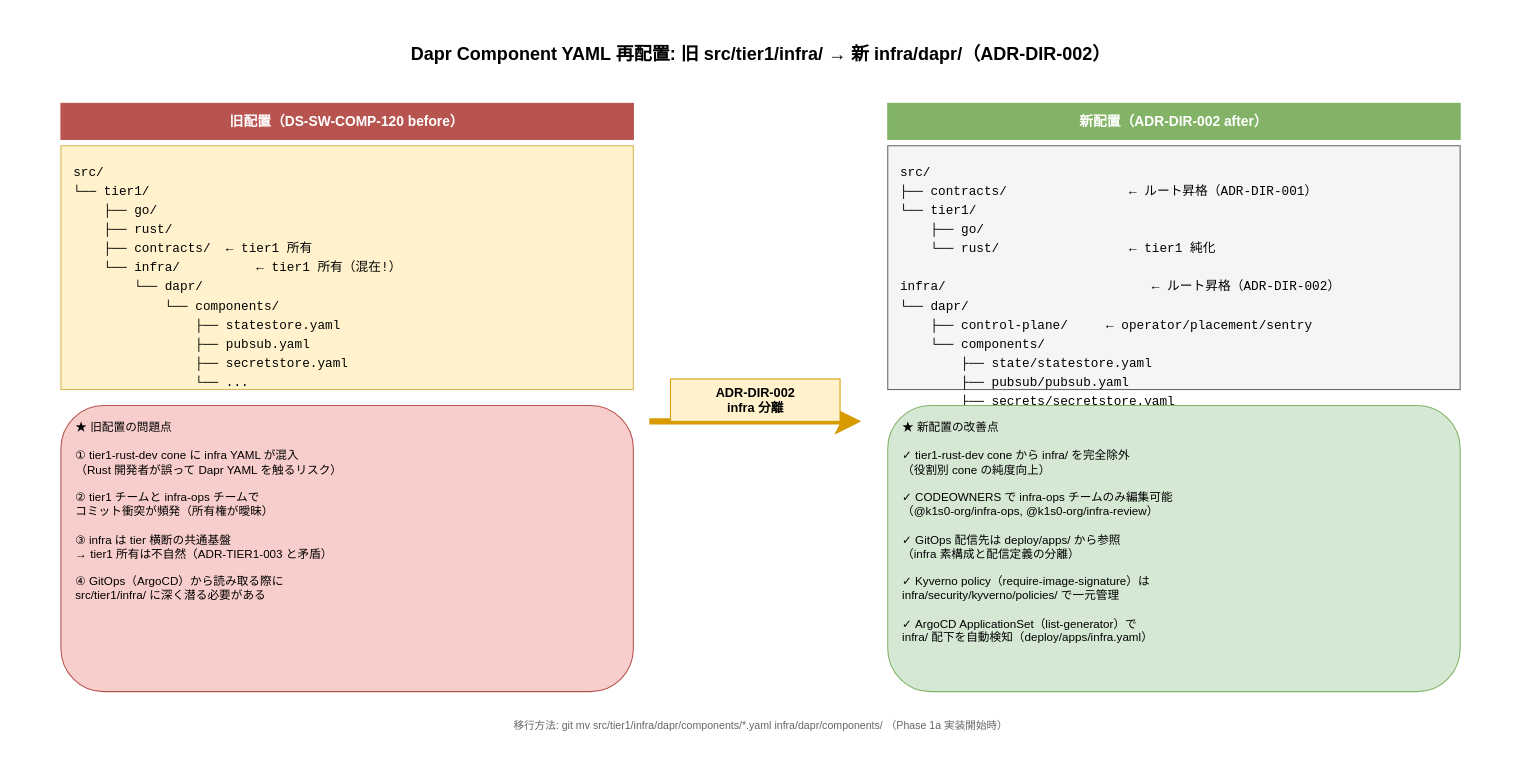
RyuheiKiso/k1s0 keeps this draw.io diagram as docs/05_実装/00_ディレクトリ設計/50_infraレイアウト/img/Dapr_Component再配置_前後比較.drawio. Above is the earlier version. Source tidied: cells renumbered, new cells numbered last; positions are measured from the earlier drawing's top-left corner, leaving out a move shared by most shapes. Both pictures are drawn from the tidied source at 106%, with x=0, y=0 at pixel (18, 18).
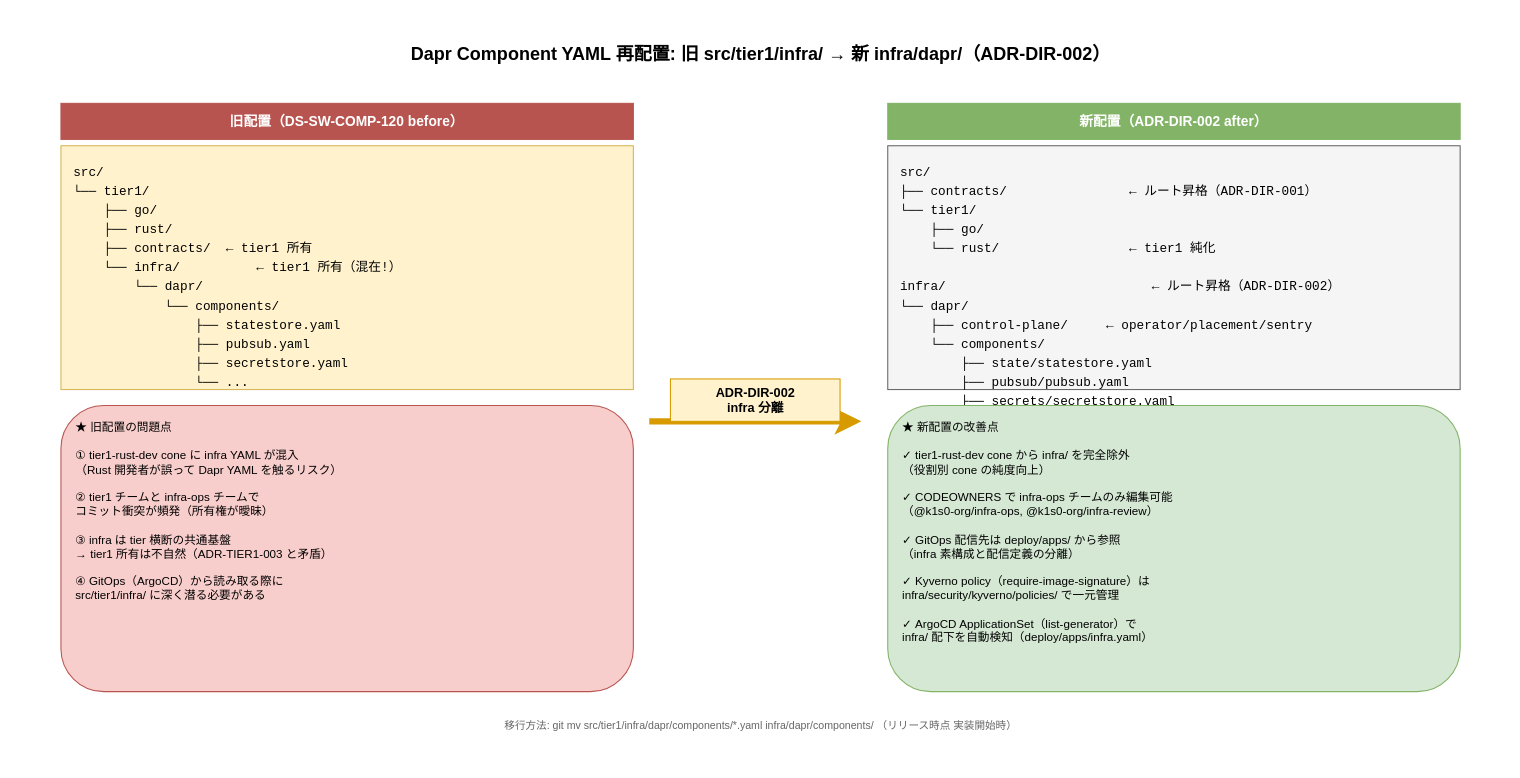
The same page after the edit.

Change to the diagram source:
```diff
@@
 <mxGraphModel>
   <root>
     <mxCell id="0" />
     <mxCell id="1" parent="0" />
     <mxCell id="2" style="rounded=0;whiteSpace=wrap;html=1;fillColor=#FFFFFF;strokeColor=none;" parent="1" vertex="1">
       <mxGeometry width="1400" height="700" as="geometry" />
     </mxCell>
     <mxCell id="3" value="Dapr Component YAML 再配置: 旧 src/tier1/infra/ → 新 infra/dapr/（ADR-DIR-002）" style="text;html=1;align=center;verticalAlign=middle;fontSize=17;fontStyle=1;" parent="1" vertex="1">
       <mxGeometry x="100" y="20" width="1200" height="30" as="geometry" />
     </mxCell>
     <mxCell id="4" value="旧配置（DS-SW-COMP-120 before）" style="rounded=0;whiteSpace=wrap;html=1;fillColor=#b85450;strokeColor=#b85450;fontColor=#FFFFFF;fontSize=13;fontStyle=1;" parent="1" vertex="1">
       <mxGeometry x="40" y="80" width="540" height="34" as="geometry" />
     </mxCell>
     <mxCell id="5" value="新配置（ADR-DIR-002 after）" style="rounded=0;whiteSpace=wrap;html=1;fillColor=#82b366;strokeColor=#82b366;fontColor=#FFFFFF;fontSize=13;fontStyle=1;" parent="1" vertex="1">
       <mxGeometry x="820" y="80" width="540" height="34" as="geometry" />
     </mxCell>
     <mxCell id="6" style="endArrow=classic;html=1;strokeColor=#d79b00;strokeWidth=6;fontSize=14;fontStyle=1;" parent="1" edge="1">
       <mxGeometry relative="1" as="geometry">
         <mxPoint x="595" y="380" as="sourcePoint" />
         <mxPoint x="795" y="380" as="targetPoint" />
       </mxGeometry>
     </mxCell>
     <mxCell id="7" value="ADR-DIR-002&#10;infra 分離" style="text;html=1;align=center;fontSize=12;fontStyle=1;fillColor=#fff2cc;strokeColor=#d79b00;" parent="1" vertex="1">
       <mxGeometry x="615" y="340" width="160" height="40" as="geometry" />
     </mxCell>
     <mxCell id="8" value="&lt;div style='font-family:Consolas,monospace;text-align:left;line-height:1.5;font-size:12px'&gt;src/&lt;br&gt;└── tier1/&lt;br&gt;&amp;nbsp;&amp;nbsp;&amp;nbsp;&amp;nbsp;├── go/&lt;br&gt;&amp;nbsp;&amp;nbsp;&amp;nbsp;&amp;nbsp;├── rust/&lt;br&gt;&amp;nbsp;&amp;nbsp;&amp;nbsp;&amp;nbsp;├── contracts/&amp;nbsp;&amp;nbsp;← tier1 所有&lt;br&gt;&amp;nbsp;&amp;nbsp;&amp;nbsp;&amp;nbsp;└── infra/&amp;nbsp;&amp;nbsp;&amp;nbsp;&amp;nbsp;&amp;nbsp;&amp;nbsp;&amp;nbsp;&amp;nbsp;&amp;nbsp;&amp;nbsp;← tier1 所有（混在!）&lt;br&gt;&amp;nbsp;&amp;nbsp;&amp;nbsp;&amp;nbsp;&amp;nbsp;&amp;nbsp;&amp;nbsp;&amp;nbsp;└── dapr/&lt;br&gt;&amp;nbsp;&amp;nbsp;&amp;nbsp;&amp;nbsp;&amp;nbsp;&amp;nbsp;&amp;nbsp;&amp;nbsp;&amp;nbsp;&amp;nbsp;&amp;nbsp;&amp;nbsp;└── components/&lt;br&gt;&amp;nbsp;&amp;nbsp;&amp;nbsp;&amp;nbsp;&amp;nbsp;&amp;nbsp;&amp;nbsp;&amp;nbsp;&amp;nbsp;&amp;nbsp;&amp;nbsp;&amp;nbsp;&amp;nbsp;&amp;nbsp;&amp;nbsp;&amp;nbsp;├── statestore.yaml&lt;br&gt;&amp;nbsp;&amp;nbsp;&amp;nbsp;&amp;nbsp;&amp;nbsp;&amp;nbsp;&amp;nbsp;&amp;nbsp;&amp;nbsp;&amp;nbsp;&amp;nbsp;&amp;nbsp;&amp;nbsp;&amp;nbsp;&amp;nbsp;&amp;nbsp;├── pubsub.yaml&lt;br&gt;&amp;nbsp;&amp;nbsp;&amp;nbsp;&amp;nbsp;&amp;nbsp;&amp;nbsp;&amp;nbsp;&amp;nbsp;&amp;nbsp;&amp;nbsp;&amp;nbsp;&amp;nbsp;&amp;nbsp;&amp;nbsp;&amp;nbsp;&amp;nbsp;├── secretstore.yaml&lt;br&gt;&amp;nbsp;&amp;nbsp;&amp;nbsp;&amp;nbsp;&amp;nbsp;&amp;nbsp;&amp;nbsp;&amp;nbsp;&amp;nbsp;&amp;nbsp;&amp;nbsp;&amp;nbsp;&amp;nbsp;&amp;nbsp;&amp;nbsp;&amp;nbsp;└── ...&lt;/div&gt;" style="rounded=0;whiteSpace=wrap;html=1;fillColor=#fff2cc;strokeColor=#d6b656;fontSize=12;align=left;spacingLeft=10;spacingTop=10;verticalAlign=top;" parent="1" vertex="1">
       <mxGeometry x="40" y="120" width="540" height="230" as="geometry" />
     </mxCell>
     <mxCell id="9" value="★ 旧配置の問題点&#10;&#10;  ① tier1-rust-dev cone に infra YAML が混入&#10;    （Rust 開発者が誤って Dapr YAML を触るリスク）&#10;&#10;  ② tier1 チームと infra-ops チームで&#10;    コミット衝突が頻発（所有権が曖昧）&#10;&#10;  ③ infra は tier 横断の共通基盤&#10;    → tier1 所有は不自然（ADR-TIER1-003 と矛盾）&#10;&#10;  ④ GitOps（ArgoCD）から読み取る際に&#10;    src/tier1/infra/ に深く潜る必要がある" style="rounded=1;whiteSpace=wrap;html=1;fillColor=#f8cecc;strokeColor=#b85450;fontSize=11;align=left;spacingLeft=12;spacingTop=8;verticalAlign=top;" parent="1" vertex="1">
       <mxGeometry x="40" y="365" width="540" height="270" as="geometry" />
     </mxCell>
     <mxCell id="10" value="&lt;div style='font-family:Consolas,monospace;text-align:left;line-height:1.5;font-size:12px'&gt;src/&lt;br&gt;├── contracts/&amp;nbsp;&amp;nbsp;&amp;nbsp;&amp;nbsp;&amp;nbsp;&amp;nbsp;&amp;nbsp;&amp;nbsp;&amp;nbsp;&amp;nbsp;&amp;nbsp;&amp;nbsp;&amp;nbsp;&amp;nbsp;&amp;nbsp;&amp;nbsp;← ルート昇格（ADR-DIR-001）&lt;br&gt;└── tier1/&lt;br&gt;&amp;nbsp;&amp;nbsp;&amp;nbsp;&amp;nbsp;├── go/&lt;br&gt;&amp;nbsp;&amp;nbsp;&amp;nbsp;&amp;nbsp;└── rust/&amp;nbsp;&amp;nbsp;&amp;nbsp;&amp;nbsp;&amp;nbsp;&amp;nbsp;&amp;nbsp;&amp;nbsp;&amp;nbsp;&amp;nbsp;&amp;nbsp;&amp;nbsp;&amp;nbsp;&amp;nbsp;&amp;nbsp;&amp;nbsp;&amp;nbsp;← tier1 純化&lt;br&gt;&lt;br&gt;infra/&amp;nbsp;&amp;nbsp;&amp;nbsp;&amp;nbsp;&amp;nbsp;&amp;nbsp;&amp;nbsp;&amp;nbsp;&amp;nbsp;&amp;nbsp;&amp;nbsp;&amp;nbsp;&amp;nbsp;&amp;nbsp;&amp;nbsp;&amp;nbsp;&amp;nbsp;&amp;nbsp;&amp;nbsp;&amp;nbsp;&amp;nbsp;&amp;nbsp;&amp;nbsp;&amp;nbsp;&amp;nbsp;&amp;nbsp;&amp;nbsp;← ルート昇格（ADR-DIR-002）&lt;br&gt;└── dapr/&lt;br&gt;&amp;nbsp;&amp;nbsp;&amp;nbsp;&amp;nbsp;├── control-plane/&amp;nbsp;&amp;nbsp;&amp;nbsp;&amp;nbsp;&amp;nbsp;← operator/placement/sentry&lt;br&gt;&amp;nbsp;&amp;nbsp;&amp;nbsp;&amp;nbsp;└── components/&lt;br&gt;&amp;nbsp;&amp;nbsp;&amp;nbsp;&amp;nbsp;&amp;nbsp;&amp;nbsp;&amp;nbsp;&amp;nbsp;├── state/statestore.yaml&lt;br&gt;&amp;nbsp;&amp;nbsp;&amp;nbsp;&amp;nbsp;&amp;nbsp;&amp;nbsp;&amp;nbsp;&amp;nbsp;├── pubsub/pubsub.yaml&lt;br&gt;&amp;nbsp;&amp;nbsp;&amp;nbsp;&amp;nbsp;&amp;nbsp;&amp;nbsp;&amp;nbsp;&amp;nbsp;├── secrets/secretstore.yaml&lt;br&gt;&amp;nbsp;&amp;nbsp;&amp;nbsp;&amp;nbsp;&amp;nbsp;&amp;nbsp;&amp;nbsp;&amp;nbsp;└── ...&lt;/div&gt;" style="rounded=0;whiteSpace=wrap;html=1;fillColor=#f5f5f5;strokeColor=#666666;fontSize=12;align=left;spacingLeft=10;spacingTop=10;verticalAlign=top;" parent="1" vertex="1">
       <mxGeometry x="820" y="120" width="540" height="230" as="geometry" />
     </mxCell>
     <mxCell id="11" value="★ 新配置の改善点&#10;&#10;  ✓ tier1-rust-dev cone から infra/ を完全除外&#10;    （役割別 cone の純度向上）&#10;&#10;  ✓ CODEOWNERS で infra-ops チームのみ編集可能&#10;    （@k1s0-org/infra-ops, @k1s0-org/infra-review）&#10;&#10;  ✓ GitOps 配信先は deploy/apps/ から参照&#10;    （infra 素構成と配信定義の分離）&#10;&#10;  ✓ Kyverno policy（require-image-signature）は&#10;    infra/security/kyverno/policies/ で一元管理&#10;&#10;  ✓ ArgoCD ApplicationSet（list-generator）で&#10;    infra/ 配下を自動検知（deploy/apps/infra.yaml）" style="rounded=1;whiteSpace=wrap;html=1;fillColor=#d5e8d4;strokeColor=#82b366;fontSize=11;align=left;spacingLeft=12;spacingTop=8;verticalAlign=top;" parent="1" vertex="1">
       <mxGeometry x="820" y="365" width="540" height="270" as="geometry" />
     </mxCell>
-    <mxCell id="12" value="移行方法: git mv src/tier1/infra/dapr/components/*.yaml infra/dapr/components/ （Phase 1a 実装開始時）" style="text;html=1;align=center;fontSize=10;fontColor=#666666;" parent="1" vertex="1">
+    <mxCell id="12" value="移行方法: git mv src/tier1/infra/dapr/components/*.yaml infra/dapr/components/ （リリース時点 実装開始時）" style="text;html=1;align=center;fontSize=10;fontColor=#666666;" parent="1" vertex="1">
       <mxGeometry x="100" y="655" width="1200" height="20" as="geometry" />
     </mxCell>
   </root>
 </mxGraphModel>
```
